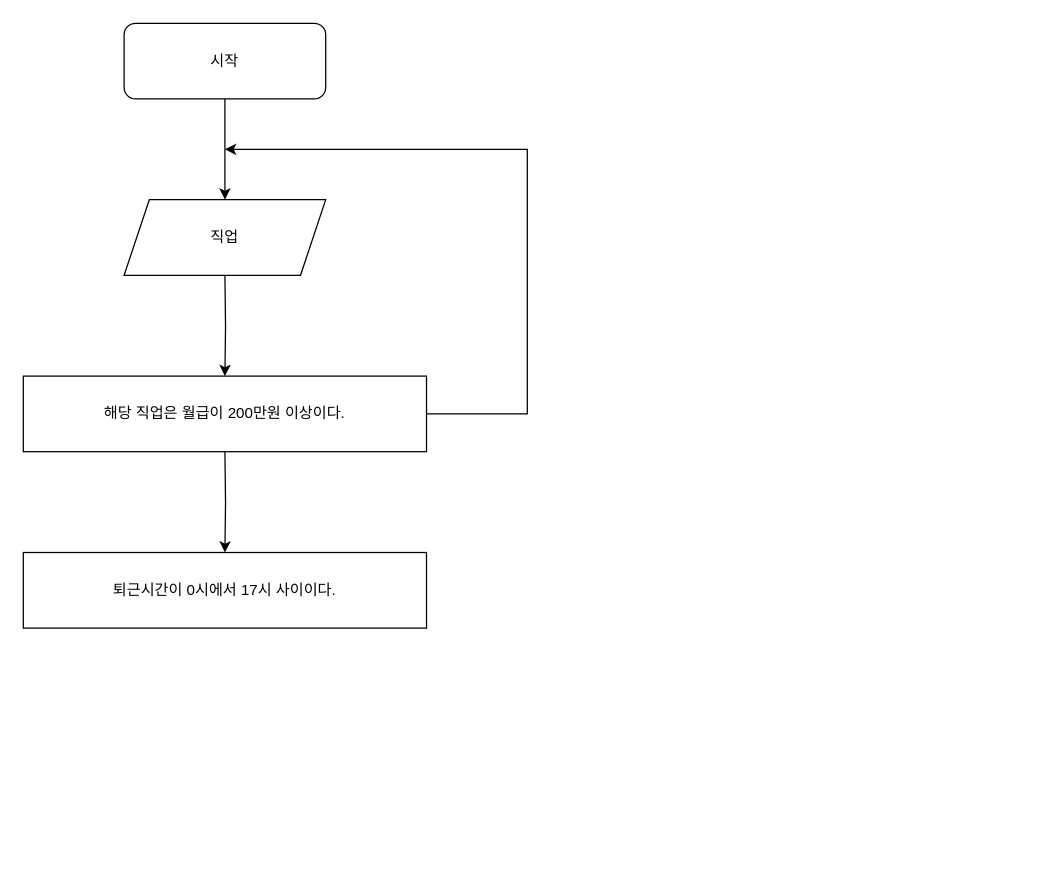
Above: Untitled Diagram.drawio in mindychoi/WEB (draw.io), before the change. Source tidied: cells renumbered, new cells numbered last; positions are measured from the earlier drawing's top-left corner, leaving out a move shared by most shapes. Both pictures are drawn from the tidied source at 126%, with x=0, y=0 at pixel (23, 23).
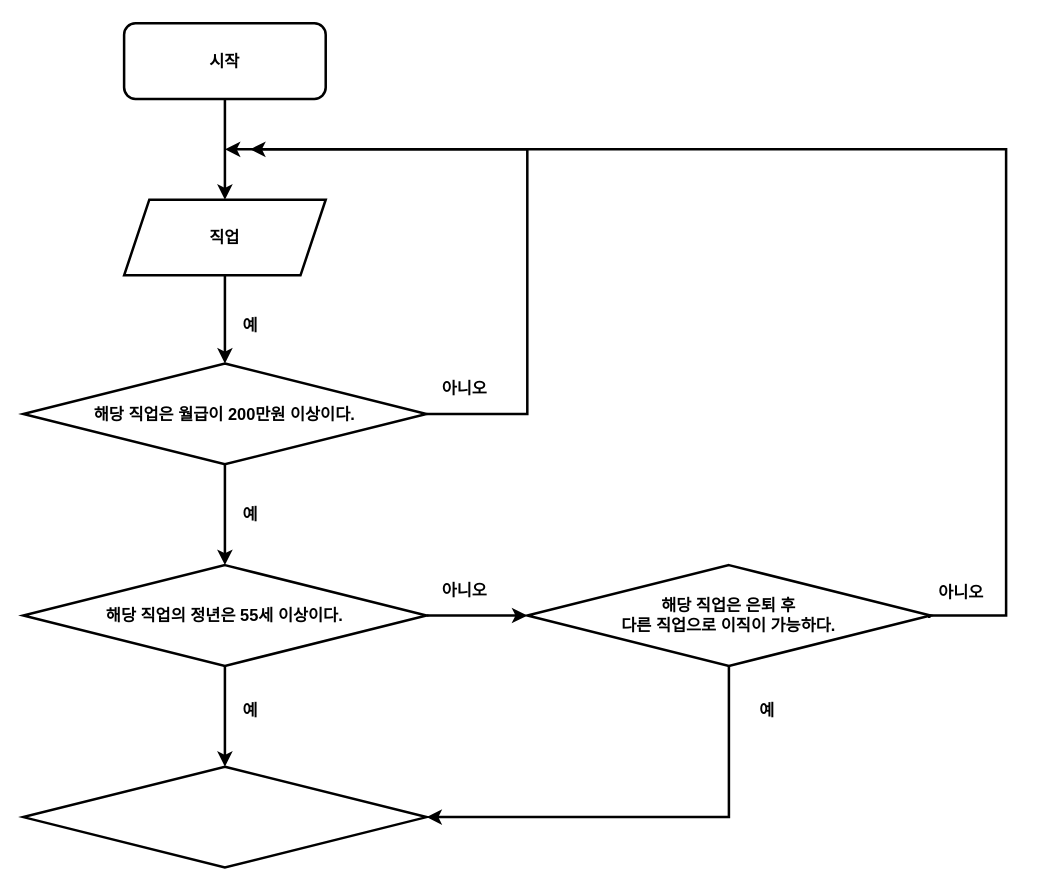
Above is the later version.

What changed in the source:
```diff
@@
-    <mxCell id="2" style="edgeStyle=orthogonalEdgeStyle;rounded=0;jettySize=auto;html=1;" parent="1" edge="1" target="5">
-      <mxGeometry relative="1" as="geometry">
-        <mxPoint x="160" y="200" as="sourcePoint" />
-      </mxGeometry>
-    </mxCell>
-    <mxCell id="3" style="edgeStyle=orthogonalEdgeStyle;rounded=0;jettySize=auto;html=1;" parent="1" edge="1" source="4" target="9">
+    <mxCell id="3" style="edgeStyle=orthogonalEdgeStyle;rounded=0;jettySize=auto;html=1;strokeWidth=2;fontStyle=1;fontSize=13;" parent="1" edge="1" source="4" target="9">
       <mxGeometry relative="1" as="geometry" />
     </mxCell>
-    <mxCell id="4" value="시작" style="rounded=1;whiteSpace=wrap;html=1;" parent="1" vertex="1">
+    <mxCell id="4" value="시작" style="rounded=1;whiteSpace=wrap;html=1;strokeWidth=2;fontStyle=1;fontSize=13;" parent="1" vertex="1">
       <mxGeometry x="80" width="160" height="60" as="geometry" />
     </mxCell>
+    <mxCell id="8" style="edgeStyle=segmentEdgeStyle;endArrow=classic;html=1;rounded=0;strokeWidth=2;fontStyle=1;fontSize=13;" parent="1" edge="1">
+      <mxGeometry relative="1" as="geometry">
+        <mxPoint x="320" y="310" as="sourcePoint" />
+        <mxPoint x="160" y="100" as="targetPoint" />
+        <Array as="points">
+          <mxPoint x="400" y="310" />
+          <mxPoint x="400" y="100" />
+        </Array>
+      </mxGeometry>
+    </mxCell>
+    <mxCell id="10" style="edgeStyle=orthogonalEdgeStyle;rounded=0;jettySize=auto;html=1;strokeWidth=2;fontStyle=1;fontSize=13;" parent="1" edge="1" source="9" target="5">
+      <mxGeometry relative="1" as="geometry" />
+    </mxCell>
+    <mxCell id="9" value="직업" style="shape=parallelogram;perimeter=parallelogramPerimeter;whiteSpace=wrap;html=1;fixedSize=1;rounded=0;strokeWidth=2;fontStyle=1;fontSize=13;" parent="1" vertex="1">
+      <mxGeometry x="80" y="140" width="160" height="60" as="geometry" />
+    </mxCell>
+    <mxCell id="11" style="edgeStyle=orthogonalEdgeStyle;rounded=0;jettySize=auto;html=1;strokeWidth=2;fontStyle=1;fontSize=13;" parent="1" edge="1" source="5" target="14">
+      <mxGeometry relative="1" as="geometry" />
+    </mxCell>
-    <mxCell id="5" value="해당 직업은 월급이 200만원 이상이다." style="whiteSpace=wrap;html=1;rounded=0;" parent="1" vertex="1">
-      <mxGeometry y="280" width="320" height="60" as="geometry" />
+    <mxCell id="5" value="&lt;span style=&quot;font-size: 13px;&quot;&gt;해당 직업은 월급이 200만원 이상이다.&lt;/span&gt;" style="rhombus;whiteSpace=wrap;html=1;rounded=0;strokeWidth=2;fontStyle=1;fontSize=13;" parent="1" vertex="1">
+      <mxGeometry y="270" width="320" height="80" as="geometry" />
     </mxCell>
-    <mxCell id="6" style="edgeStyle=orthogonalEdgeStyle;rounded=0;jettySize=auto;html=1;" parent="1" edge="1" target="7">
-      <mxGeometry relative="1" as="geometry">
-        <mxPoint x="160" y="340" as="sourcePoint" />
-      </mxGeometry>
-    </mxCell>
-    <mxCell id="7" value="퇴근시간이 0시에서 17시 사이이다." style="whiteSpace=wrap;html=1;rounded=0;" parent="1" vertex="1">
-      <mxGeometry y="420" width="320" height="60" as="geometry" />
-    </mxCell>
-    <mxCell id="8" style="edgeStyle=segmentEdgeStyle;endArrow=classic;html=1;rounded=0;" parent="1" edge="1">
-      <mxGeometry relative="1" as="geometry">
-        <mxPoint x="320" y="310" as="sourcePoint" />
-        <mxPoint x="160" y="100" as="targetPoint" />
-        <Array as="points">
-          <mxPoint x="400" y="310" />
-          <mxPoint x="400" y="100" />
-        </Array>
-      </mxGeometry>
-    </mxCell>
-    <mxCell id="9" value="직업" style="shape=parallelogram;perimeter=parallelogramPerimeter;whiteSpace=wrap;html=1;fixedSize=1;rounded=0;" parent="1" vertex="1">
-      <mxGeometry x="80" y="140" width="160" height="60" as="geometry" />
-    </mxCell>
+    <mxCell id="12" style="edgeStyle=orthogonalEdgeStyle;rounded=0;jettySize=auto;html=1;strokeWidth=2;fontStyle=1;fontSize=13;" parent="1" edge="1" source="14" target="15">
+      <mxGeometry relative="1" as="geometry" />
+    </mxCell>
+    <mxCell id="13" style="edgeStyle=orthogonalEdgeStyle;rounded=0;jettySize=auto;html=1;strokeWidth=2;fontStyle=1;fontSize=13;" parent="1" edge="1" source="14" target="16">
+      <mxGeometry relative="1" as="geometry" />
+    </mxCell>
+    <mxCell id="14" value="&lt;span style=&quot;font-size: 13px;&quot;&gt;해당 직업의 정년은 55세 이상이다.&lt;/span&gt;" style="rhombus;whiteSpace=wrap;html=1;rounded=0;strokeWidth=2;fontStyle=1;fontSize=13;" parent="1" vertex="1">
+      <mxGeometry y="430" width="320" height="80" as="geometry" />
+    </mxCell>
+    <mxCell id="15" value="해당 직업은 은퇴 후&lt;br&gt;다른 직업으로 이직이 가능하다." style="rhombus;whiteSpace=wrap;html=1;rounded=0;strokeWidth=2;fontStyle=1;fontSize=13;" parent="1" vertex="1">
+      <mxGeometry x="400" y="430" width="320" height="80" as="geometry" />
+    </mxCell>
+    <mxCell id="16" style="rhombus;whiteSpace=wrap;html=1;rounded=0;strokeWidth=2;fontStyle=1;fontSize=13;" parent="1" vertex="1">
+      <mxGeometry y="590" width="320" height="80" as="geometry" />
+    </mxCell>
+    <mxCell id="17" value="예" style="text;strokeColor=none;fillColor=none;html=1;fontSize=13;fontStyle=1;verticalAlign=middle;align=center;rounded=0;strokeWidth=2;" parent="1" vertex="1">
+      <mxGeometry x="130" y="220" width="100" height="40" as="geometry" />
+    </mxCell>
+    <mxCell id="18" value="예" style="text;strokeColor=none;fillColor=none;html=1;fontSize=13;fontStyle=1;verticalAlign=middle;align=center;rounded=0;strokeWidth=2;" parent="1" vertex="1">
+      <mxGeometry x="130" y="370" width="100" height="40" as="geometry" />
+    </mxCell>
+    <mxCell id="19" value="예" style="text;strokeColor=none;fillColor=none;html=1;fontSize=13;fontStyle=1;verticalAlign=middle;align=center;rounded=0;strokeWidth=2;" parent="1" vertex="1">
+      <mxGeometry x="130" y="525" width="100" height="40" as="geometry" />
+    </mxCell>
+    <mxCell id="20" value="아니오" style="text;strokeColor=none;fillColor=none;html=1;fontSize=13;fontStyle=1;verticalAlign=middle;align=center;rounded=0;strokeWidth=2;" parent="1" vertex="1">
+      <mxGeometry x="300" y="270" width="100" height="40" as="geometry" />
+    </mxCell>
+    <mxCell id="21" value="아니오" style="text;strokeColor=none;fillColor=none;html=1;fontSize=13;fontStyle=1;verticalAlign=middle;align=center;rounded=0;strokeWidth=2;" parent="1" vertex="1">
+      <mxGeometry x="300" y="430" width="100" height="40" as="geometry" />
+    </mxCell>
+    <mxCell id="22" style="edgeStyle=segmentEdgeStyle;endArrow=classic;html=1;rounded=0;fontSize=13;strokeWidth=2;exitX=0.25;exitY=1;exitDx=0;exitDy=0;" parent="1" edge="1" source="23">
+      <mxGeometry relative="1" as="geometry">
+        <mxPoint x="180" y="100" as="targetPoint" />
+        <Array as="points">
+          <mxPoint x="780" y="470" />
+          <mxPoint x="780" y="100" />
+        </Array>
+      </mxGeometry>
+    </mxCell>
+    <mxCell id="23" value="아니오" style="text;strokeColor=none;fillColor=none;html=1;fontSize=13;fontStyle=1;verticalAlign=middle;align=center;rounded=0;strokeWidth=2;" parent="1" vertex="1">
+      <mxGeometry x="694" y="432" width="100" height="40" as="geometry" />
+    </mxCell>
+    <mxCell id="24" style="edgeStyle=segmentEdgeStyle;endArrow=classic;html=1;rounded=0;fontSize=13;strokeWidth=2;entryX=1;entryY=0.5;entryDx=0;entryDy=0;exitX=0.5;exitY=1;exitDx=0;exitDy=0;" parent="1" edge="1" source="15" target="16">
+      <mxGeometry relative="1" as="geometry">
+        <Array as="points">
+          <mxPoint x="560" y="510" />
+          <mxPoint x="560" y="630" />
+        </Array>
+      </mxGeometry>
+    </mxCell>
+    <mxCell id="25" value="예" style="text;strokeColor=none;fillColor=none;html=1;fontSize=13;fontStyle=1;verticalAlign=middle;align=center;rounded=0;strokeWidth=2;" parent="1" vertex="1">
+      <mxGeometry x="540" y="525" width="100" height="40" as="geometry" />
+    </mxCell>
```
